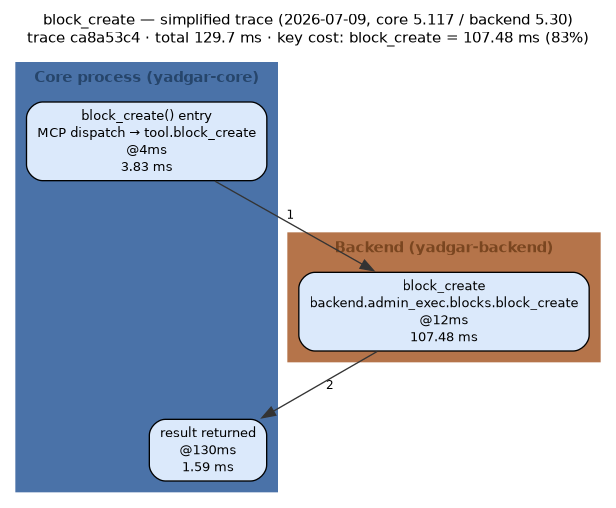
Before: docs/diagrams/out/block_create-trace-2026-07-09.png, a diagram exported from Graphviz (m-agahi/yadgar). Its source is kept beside it as docs/diagrams/out/block_create-trace-2026-07-09.dot.
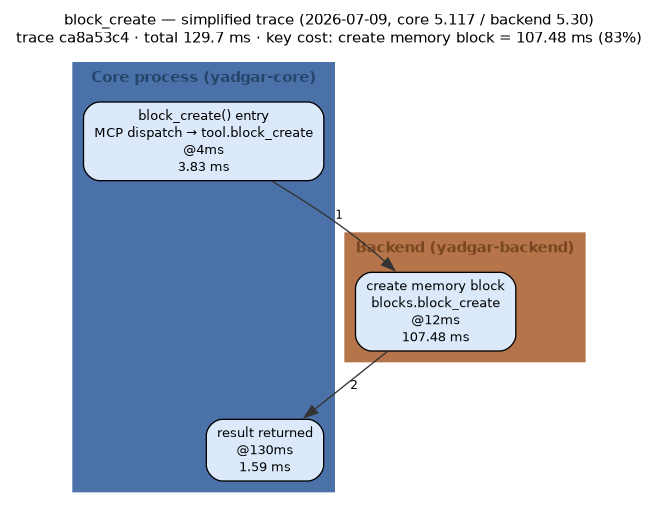
The same diagram one commit later.

What changed in the source:
```diff
@@ -8,7 +8,7 @@
   node  [fontname="Helvetica", fontsize=10];
   edge  [fontname="Helvetica", fontsize=9];
   label="block_create — simplified trace (2026-07-09, core 5.117 / backend 5.30)
-trace ca8a53c4 · total 129.7 ms · key cost: block_create = 107.48 ms (83%)";
+trace ca8a53c4 · total 129.7 ms · key cost: create memory block = 107.48 ms (83%)";
   subgraph "cluster_core" {
     label="Core process (yadgar-core)";
     style=filled;
@@ -26,7 +26,7 @@
     color="#b5744a";
     fontcolor="#7a4620";
     fontname="Helvetica-Bold";
-    "s0" [shape="box", style="rounded,filled", fillcolor="#dbe9fb", label="block_create\nbackend.admin_exec.blocks.block_create\n@12ms\n107.48 ms"];
+    "s0" [shape="box", style="rounded,filled", fillcolor="#dbe9fb", label="create memory block\nblocks.block_create\n@12ms\n107.48 ms"];
   }
   "entry" -> "s0" [color="#333333", style="solid", label="1"];
   "s0" -> "done" [color="#333333", style="solid", label="2"];
```
